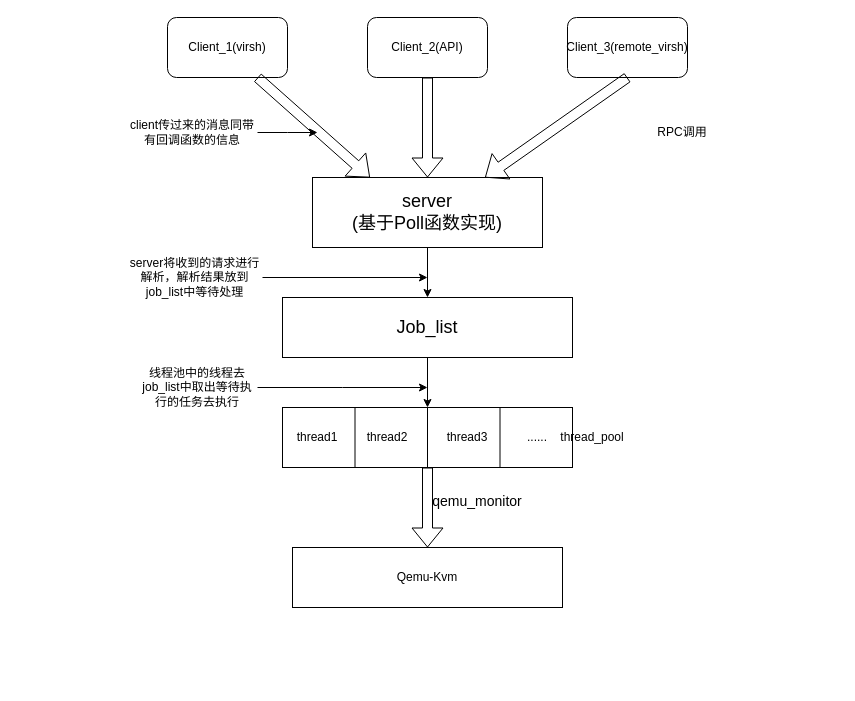
Earlier version of the draw.io diagram libvirtd框架图.drawio (AndyLee130827/draw_io). Source tidied: cells renumbered, new cells numbered last; positions are measured from the earlier drawing's top-left corner, leaving out a move shared by most shapes. Both pictures are drawn from the tidied source at 100%, with x=0, y=0 at pixel (127, 17).
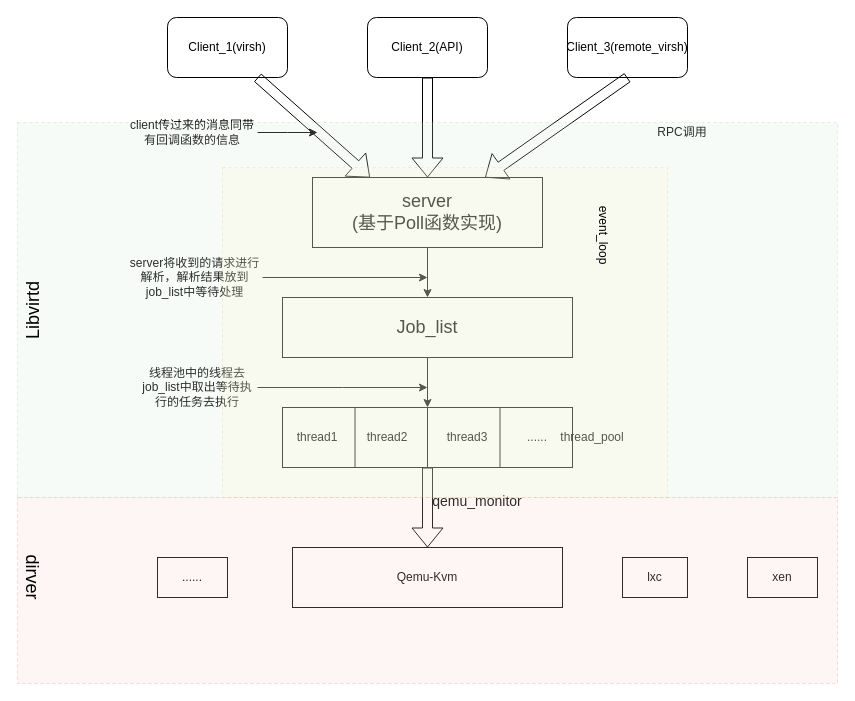
After the change.

Commit message:
已添加 libvirtd框架图.drawio

What changed in the source:
```diff
@@
+    <mxCell id="31" value="lxc" style="rounded=0;whiteSpace=wrap;html=1;" parent="1" vertex="1">
+      <mxGeometry x="495" y="540" width="65" height="40" as="geometry" />
+    </mxCell>
+    <mxCell id="32" value="xen" style="rounded=0;whiteSpace=wrap;html=1;" parent="1" vertex="1">
+      <mxGeometry x="620" y="540" width="70" height="40" as="geometry" />
+    </mxCell>
+    <mxCell id="33" value="......" style="rounded=0;whiteSpace=wrap;html=1;" parent="1" vertex="1">
+      <mxGeometry x="30" y="540" width="70" height="40" as="geometry" />
+    </mxCell>
+    <mxCell id="34" style="rounded=0;whiteSpace=wrap;html=1;opacity=20;dashed=1;fillColor=#f8cecc;strokeColor=#b85450;" parent="1" vertex="1">
+      <mxGeometry x="-110" y="480" width="820" height="186" as="geometry" />
+    </mxCell>
+    <mxCell id="35" value="&lt;font style=&quot;font-size: 18px&quot;&gt;dirver&lt;/font&gt;" style="text;html=1;strokeColor=none;fillColor=none;align=center;verticalAlign=middle;whiteSpace=wrap;rounded=0;dashed=1;opacity=20;rotation=90;" parent="1" vertex="1">
+      <mxGeometry x="-140" y="550" width="90" height="20" as="geometry" />
+    </mxCell>
+    <mxCell id="36" style="rounded=0;whiteSpace=wrap;html=1;dashed=1;opacity=20;fillColor=#d5e8d4;strokeColor=#82b366;" parent="1" vertex="1">
+      <mxGeometry x="-110" y="105" width="820" height="375" as="geometry" />
+    </mxCell>
+    <mxCell id="37" value="&lt;font style=&quot;font-size: 18px&quot;&gt;Libvirtd&lt;/font&gt;" style="text;html=1;strokeColor=none;fillColor=none;align=center;verticalAlign=middle;whiteSpace=wrap;rounded=0;dashed=1;opacity=20;rotation=-90;" parent="1" vertex="1">
+      <mxGeometry x="-167" y="283" width="145" height="20" as="geometry" />
+    </mxCell>
+    <mxCell id="38" style="rounded=0;whiteSpace=wrap;html=1;dashed=1;opacity=20;fillColor=#fff2cc;strokeColor=#d6b656;" parent="1" vertex="1">
+      <mxGeometry x="95" y="150" width="445" height="330" as="geometry" />
+    </mxCell>
+    <mxCell id="39" value="event_loop" style="text;html=1;strokeColor=none;fillColor=none;align=center;verticalAlign=middle;whiteSpace=wrap;rounded=0;dashed=1;opacity=20;rotation=90;" parent="1" vertex="1">
+      <mxGeometry x="423" y="208" width="105" height="20" as="geometry" />
+    </mxCell>
```
